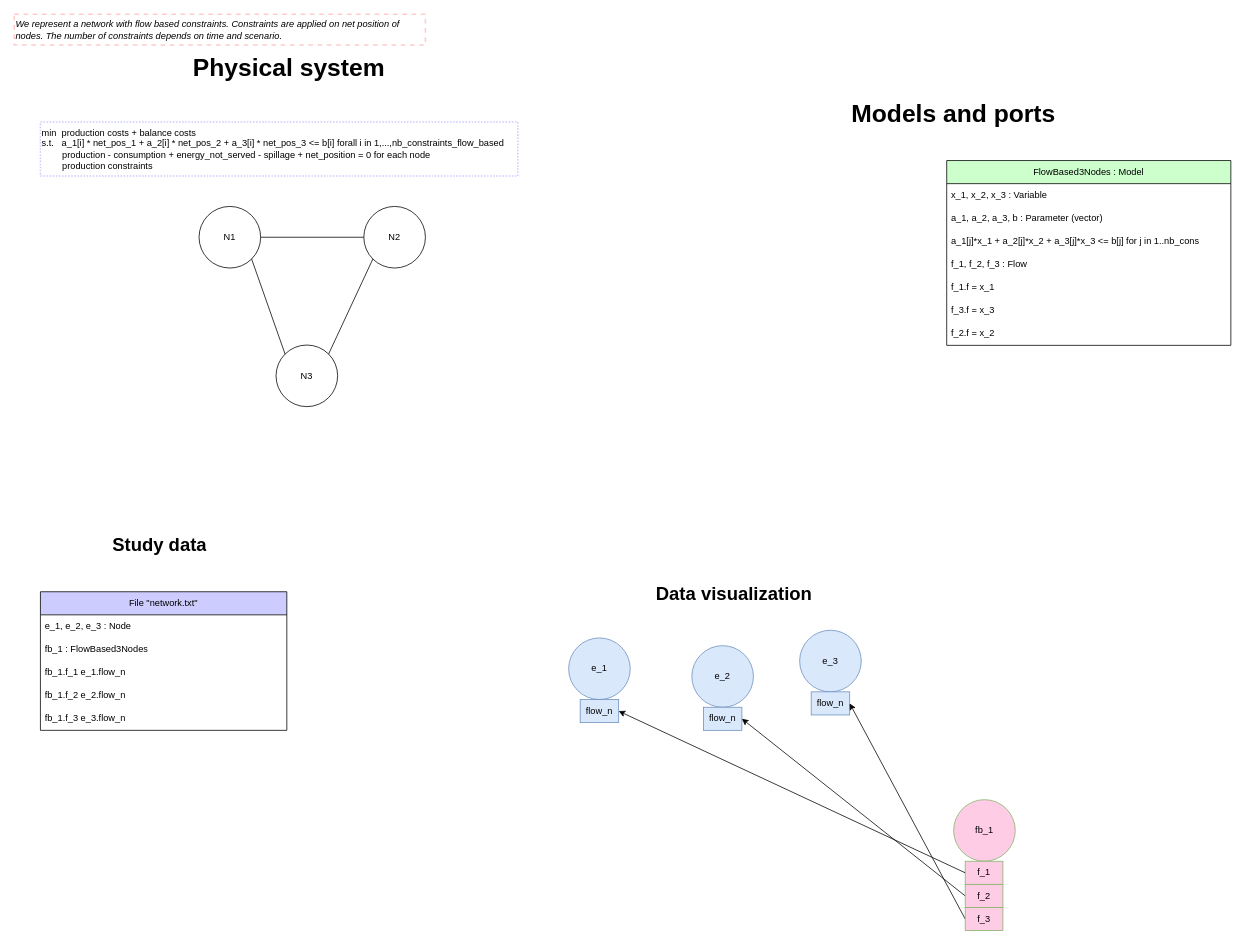
AntaresSimulatorTeam/andromede-modeling-prototype keeps this draw.io diagram as page "fb_on_net_positions_2" (3 of 4) of models-design/systems/flow_based.drawio. Above is the earlier version. Source tidied: cells renumbered, new cells numbered last; positions are measured from the earlier drawing's top-left corner, leaving out a move shared by most shapes. Both pictures are drawn from the tidied source at 77%, with x=0, y=0 at pixel (14, 14).
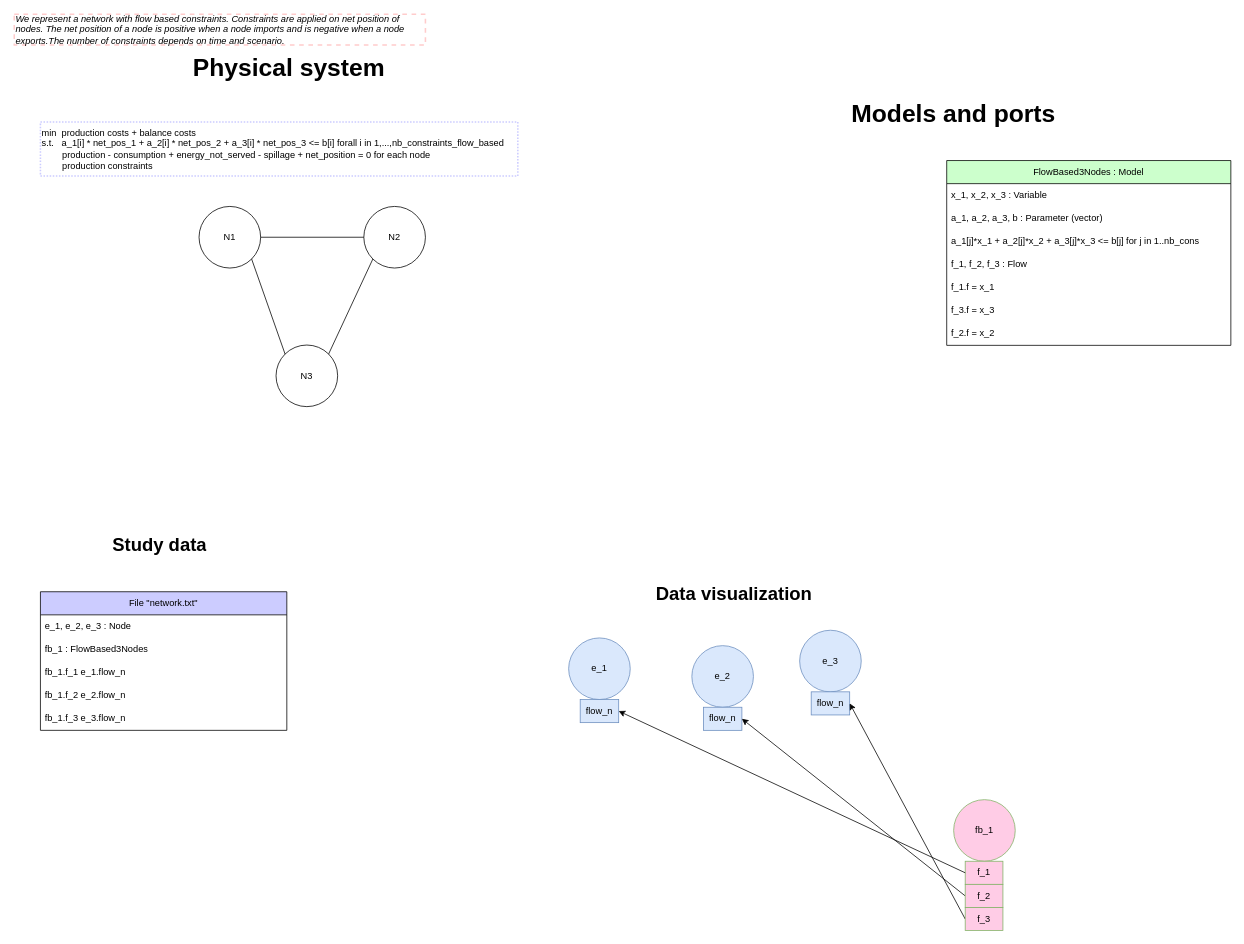
After the change.

Diff of the diagram source:
```diff
@@
-    <mxCell id="42" value="&lt;i&gt;We represent a network with flow based constraints. Constraints are applied on net position of nodes. The number of constraints depends on time and scenario.&lt;/i&gt;" style="text;html=1;strokeColor=#FFCCCC;fillColor=none;align=left;verticalAlign=middle;whiteSpace=wrap;rounded=0;dashed=1;strokeWidth=2;" parent="1" vertex="1">
-      <mxGeometry width="534" height="40" as="geometry" />
-    </mxCell>
@@
+    <mxCell id="45" value="&lt;i&gt;We represent a network with flow based constraints. Constraints are applied on net position of nodes. The net position of a node is positive when a node imports and is negative when a node exports.The number of constraints depends on time and scenario.&lt;/i&gt;" style="text;html=1;strokeColor=#FFCCCC;fillColor=none;align=left;verticalAlign=middle;whiteSpace=wrap;rounded=0;dashed=1;strokeWidth=2;" parent="1" vertex="1">
+      <mxGeometry width="534" height="40" as="geometry" />
+    </mxCell>
```
